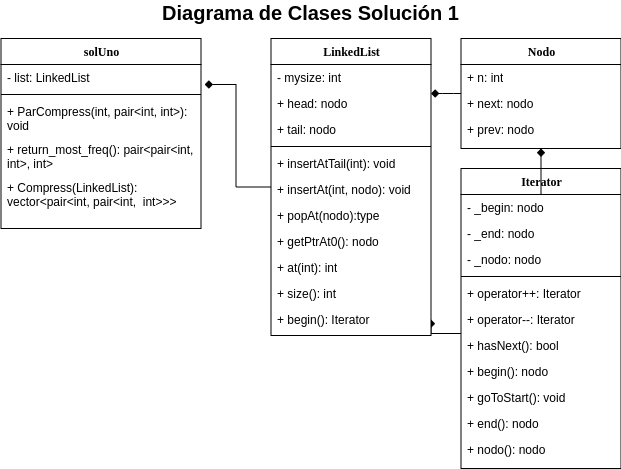
This is docs/Solucion_1.png from CitreaStricta/re-pair-algorithm, a draw.io export, as it was before one commit. Source tidied: cells renumbered, new cells last; positions are measured from the earlier drawing's top-left corner, leaving out a move shared by most shapes.
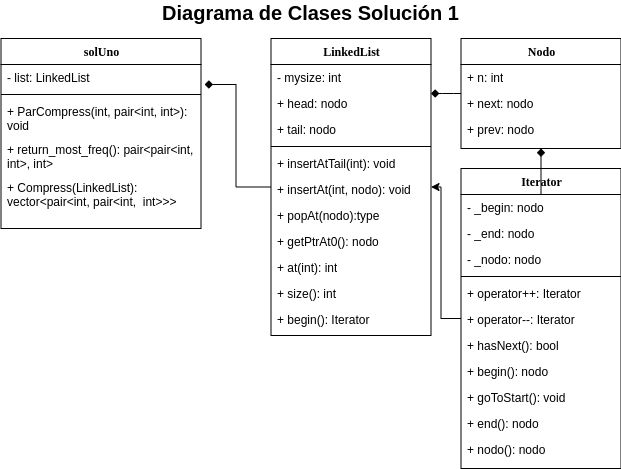
The same diagram one commit later.

Diff of the diagram source:
```diff
@@ -13,11 +13,6 @@
         <mxPoint x="539.5" y="197" as="sourcePoint" />
       </mxGeometry>
     </mxCell>
-    <mxCell id="5" style="edgeStyle=orthogonalEdgeStyle;rounded=0;jettySize=auto;html=1;entryX=1;entryY=0.5;entryDx=0;entryDy=0;endArrow=diamond;endFill=1;" parent="1" edge="1" target="22">
-      <mxGeometry relative="1" as="geometry">
-        <mxPoint x="459.5" y="331" as="sourcePoint" />
-      </mxGeometry>
-    </mxCell>
     <mxCell id="6" value="Diagrama de Clases Solución 1" style="text;html=1;strokeColor=none;fillColor=none;align=center;verticalAlign=middle;whiteSpace=wrap;rounded=0;fontStyle=1;fontSize=20;" parent="1" vertex="1">
       <mxGeometry x="152" width="315" height="20" as="geometry" />
     </mxCell>
@@ -87,6 +82,9 @@
     <mxCell id="28" value="+ Compress(LinkedList): vector&amp;lt;pair&amp;lt;int, pair&amp;lt;int,&amp;nbsp; int&amp;gt;&amp;gt;&amp;gt;" style="text;html=1;strokeColor=none;fillColor=none;align=left;verticalAlign=top;spacingLeft=4;spacingRight=4;whiteSpace=wrap;overflow=hidden;" parent="23" vertex="1">
       <mxGeometry y="136" width="200" height="38" as="geometry" />
     </mxCell>
+    <mxCell id="41" style="edgeStyle=orthogonalEdgeStyle;rounded=0;jettySize=auto;html=1;" parent="1" edge="1" source="29" target="11">
+      <mxGeometry relative="1" as="geometry" />
+    </mxCell>
     <mxCell id="29" value="Iterator" style="swimlane;html=1;fontStyle=1;align=center;verticalAlign=top;horizontal=1;startSize=26;swimlaneFillColor=#ffffff;rounded=0;shadow=0;comic=0;labelBackgroundColor=none;strokeWidth=1;fillColor=none;fontFamily=Verdana;fontSize=12;" parent="1" vertex="1">
       <mxGeometry x="459.5" y="166" width="160" height="300" as="geometry" />
     </mxCell>
```
